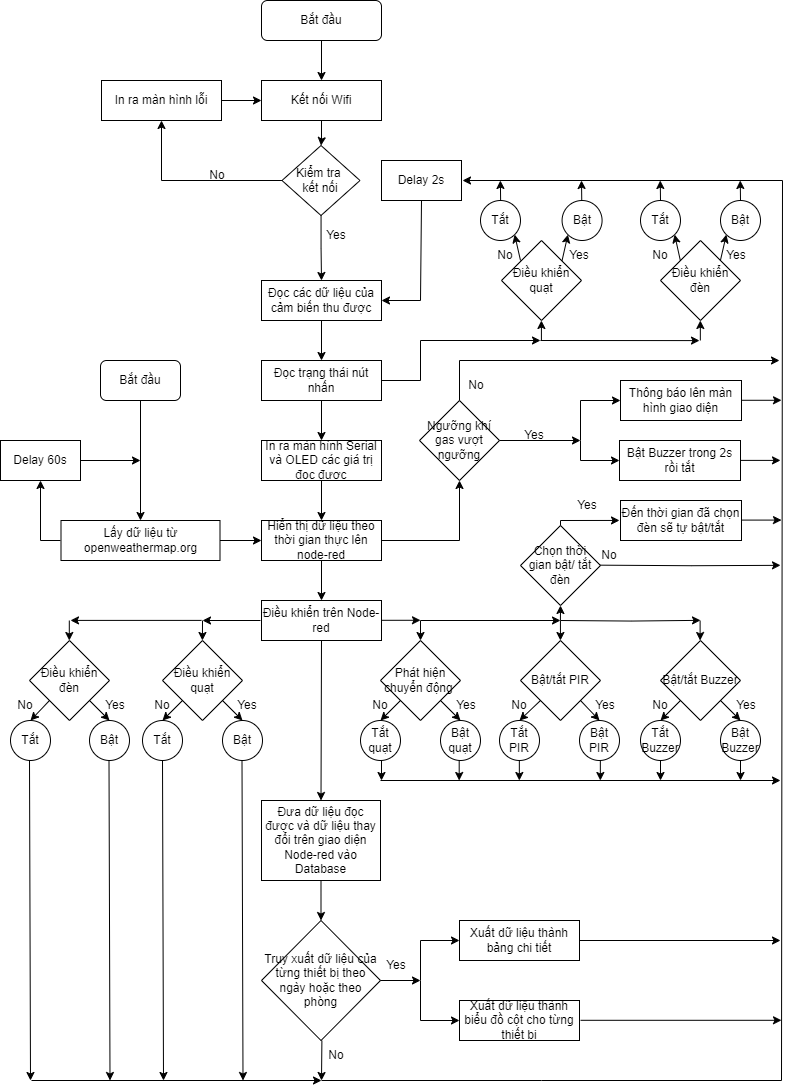
Earlier version of the draw.io export File support/Sơ đồ khối phần mềm 3.drawio.png (shadowhunter67/DATN). Source tidied: cells renumbered, new cells last; positions are measured from the earlier drawing's top-left corner, leaving out a move shared by most shapes.
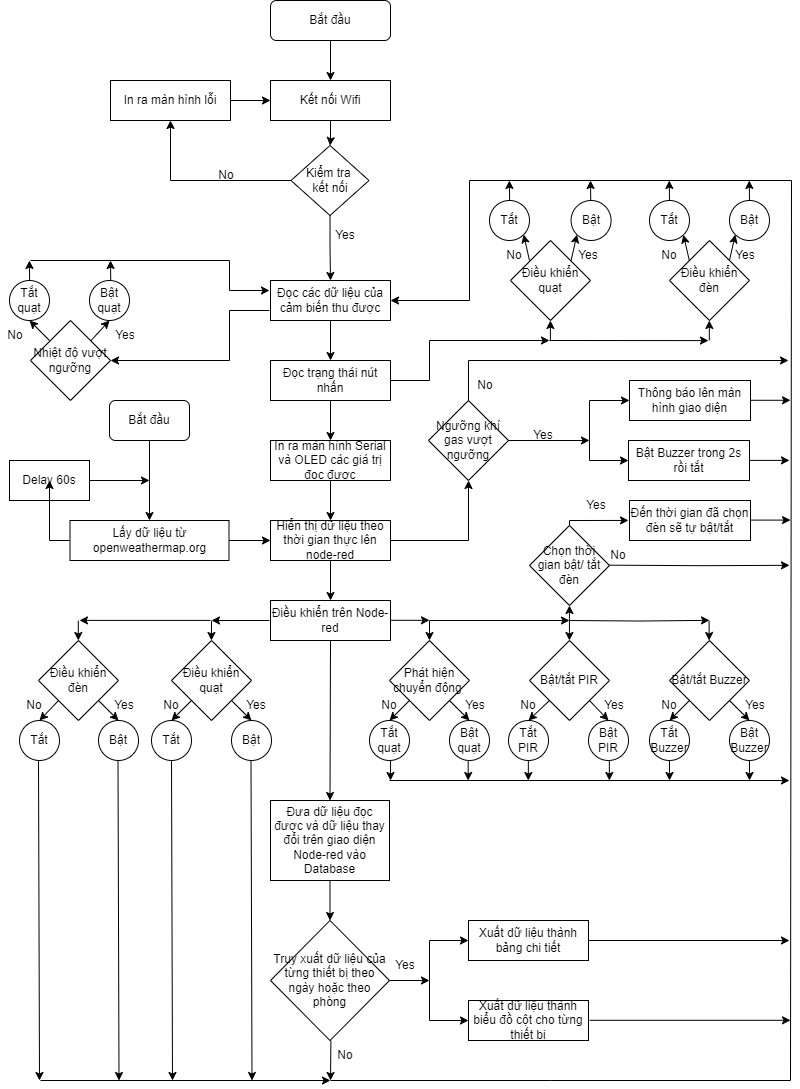
The same diagram one commit later.

What changed in the source:
```diff
@@ -95,9 +95,6 @@
         </Array>
       </mxGeometry>
     </mxCell>
-    <mxCell id="31" value="Delay 2s" style="rounded=0;whiteSpace=wrap;html=1;" parent="1" vertex="1">
-      <mxGeometry x="381" y="160" width="80" height="40" as="geometry" />
-    </mxCell>
     <mxCell id="32" value="Tắt" style="ellipse;whiteSpace=wrap;html=1;" parent="1" vertex="1">
       <mxGeometry x="480" y="200" width="40" height="40" as="geometry" />
     </mxCell>
@@ -193,14 +190,15 @@
     <mxCell id="62" style="endArrow=classic;html=1;rounded=0;exitX=0.5;exitY=1;exitDx=0;exitDy=0;entryX=0.5;entryY=0;entryDx=0;entryDy=0;" parent="1" edge="1" source="29" target="19">
       <mxGeometry relative="1" as="geometry" />
     </mxCell>
-    <mxCell id="63" style="endArrow=classic;html=1;rounded=0;entryX=1;entryY=0.5;entryDx=0;entryDy=0;" parent="1" edge="1">
+    <mxCell id="63" style="endArrow=classic;html=1;rounded=0;entryX=1;entryY=0.5;entryDx=0;entryDy=0;" parent="1" edge="1" target="12">
       <mxGeometry relative="1" as="geometry">
         <mxPoint x="321" y="1080" as="sourcePoint" />
-        <mxPoint x="462" y="180" as="targetPoint" />
         <Array as="points">
           <mxPoint x="541" y="1080" />
           <mxPoint x="781" y="1080" />
           <mxPoint x="782" y="180" />
+          <mxPoint x="460" y="180" />
+          <mxPoint x="460" y="300" />
         </Array>
       </mxGeometry>
     </mxCell>
@@ -260,7 +258,7 @@
       <mxGeometry relative="1" as="geometry" />
     </mxCell>
     <mxCell id="81" value="Bắt đầu" style="rounded=1;whiteSpace=wrap;html=1;" parent="1" vertex="1">
-      <mxGeometry x="100" y="360" width="80" height="40" as="geometry" />
+      <mxGeometry x="100" y="400" width="80" height="40" as="geometry" />
     </mxCell>
     <mxCell id="82" style="edgeStyle=orthogonalEdgeStyle;rounded=0;jettySize=auto;html=1;" parent="1" edge="1" source="83" target="17">
       <mxGeometry relative="1" as="geometry" />
@@ -269,7 +267,7 @@
       <mxGeometry x="60.5" y="520" width="159" height="40" as="geometry" />
     </mxCell>
     <mxCell id="84" value="Delay 60s" style="rounded=0;whiteSpace=wrap;html=1;" parent="1" vertex="1">
-      <mxGeometry y="440" width="80" height="40" as="geometry" />
+      <mxGeometry y="460" width="80" height="40" as="geometry" />
     </mxCell>
     <mxCell id="85" value="Truy xuất dữ liệu của từng thiết bị theo ngày hoặc theo phòng" style="rhombus;whiteSpace=wrap;html=1;" parent="1" vertex="1">
       <mxGeometry x="261" y="920" width="119" height="120" as="geometry" />
@@ -543,16 +541,9 @@
         </Array>
       </mxGeometry>
     </mxCell>
-    <mxCell id="133" style="endArrow=classic;html=1;rounded=0;exitX=0.5;exitY=1;exitDx=0;exitDy=0;entryX=1;entryY=0.5;entryDx=0;entryDy=0;" parent="1" edge="1" source="31" target="12">
-      <mxGeometry relative="1" as="geometry">
-        <Array as="points">
-          <mxPoint x="420" y="300" />
-        </Array>
-      </mxGeometry>
-    </mxCell>
     <mxCell id="134" style="endArrow=classic;html=1;rounded=0;exitX=1;exitY=0.5;exitDx=0;exitDy=0;" parent="1" edge="1" source="84">
       <mxGeometry relative="1" as="geometry">
-        <mxPoint x="140" y="460" as="targetPoint" />
+        <mxPoint x="140" y="480" as="targetPoint" />
       </mxGeometry>
     </mxCell>
     <mxCell id="135" style="endArrow=classic;html=1;rounded=0;" parent="1" edge="1">
@@ -625,5 +616,61 @@
         <mxPoint x="739.8" y="180" as="targetPoint" />
       </mxGeometry>
     </mxCell>
+    <mxCell id="148" value="Nhiệt độ vượt ngưỡng" style="rhombus;whiteSpace=wrap;html=1;" parent="1" vertex="1">
+      <mxGeometry x="21" y="320" width="80" height="80" as="geometry" />
+    </mxCell>
+    <mxCell id="149" value="Bật&lt;div&gt;quạt&lt;/div&gt;" style="ellipse;whiteSpace=wrap;html=1;" parent="1" vertex="1">
+      <mxGeometry x="80" y="280" width="40" height="40" as="geometry" />
+    </mxCell>
+    <mxCell id="150" value="Tắt&lt;div&gt;quạt&lt;/div&gt;" style="ellipse;whiteSpace=wrap;html=1;" parent="1" vertex="1">
+      <mxGeometry y="280" width="40" height="40" as="geometry" />
+    </mxCell>
+    <mxCell id="151" value="Yes" style="text;html=1;align=center;verticalAlign=middle;whiteSpace=wrap;rounded=0;" parent="1" vertex="1">
+      <mxGeometry x="101" y="330" width="30" height="10" as="geometry" />
+    </mxCell>
+    <mxCell id="152" value="No" style="text;html=1;align=center;verticalAlign=middle;whiteSpace=wrap;rounded=0;" parent="1" vertex="1">
+      <mxGeometry x="-9" y="330" width="30" height="10" as="geometry" />
+    </mxCell>
+    <mxCell id="153" style="endArrow=classic;html=1;rounded=0;entryX=0.5;entryY=1;entryDx=0;entryDy=0;" parent="1" edge="1" target="150">
+      <mxGeometry relative="1" as="geometry">
+        <mxPoint x="40" y="340" as="sourcePoint" />
+      </mxGeometry>
+    </mxCell>
+    <mxCell id="154" style="endArrow=classic;html=1;rounded=0;entryX=0.5;entryY=1;entryDx=0;entryDy=0;" parent="1" edge="1" target="149">
+      <mxGeometry relative="1" as="geometry">
+        <mxPoint x="81.6" y="340" as="sourcePoint" />
+      </mxGeometry>
+    </mxCell>
+    <mxCell id="155" style="endArrow=classic;html=1;rounded=0;" parent="1" edge="1">
+      <mxGeometry relative="1" as="geometry">
+        <mxPoint x="20.1" y="280" as="sourcePoint" />
+        <mxPoint x="19.9" y="260" as="targetPoint" />
+      </mxGeometry>
+    </mxCell>
+    <mxCell id="156" style="endArrow=classic;html=1;rounded=0;" parent="1" edge="1">
+      <mxGeometry relative="1" as="geometry">
+        <mxPoint x="101.3" y="280" as="sourcePoint" />
+        <mxPoint x="101" y="260" as="targetPoint" />
+      </mxGeometry>
+    </mxCell>
+    <mxCell id="157" style="endArrow=classic;html=1;rounded=0;" parent="1" edge="1">
+      <mxGeometry relative="1" as="geometry">
+        <mxPoint x="21" y="260" as="sourcePoint" />
+        <mxPoint x="260" y="290" as="targetPoint" />
+        <Array as="points">
+          <mxPoint x="220" y="260" />
+          <mxPoint x="220" y="290" />
+        </Array>
+      </mxGeometry>
+    </mxCell>
+    <mxCell id="158" style="endArrow=classic;html=1;rounded=0;entryX=1;entryY=0.5;entryDx=0;entryDy=0;" parent="1" edge="1" target="148">
+      <mxGeometry relative="1" as="geometry">
+        <mxPoint x="260" y="310" as="sourcePoint" />
+        <Array as="points">
+          <mxPoint x="220" y="310" />
+          <mxPoint x="220" y="360" />
+        </Array>
+      </mxGeometry>
+    </mxCell>
   </root>
 </mxGraphModel>
```
